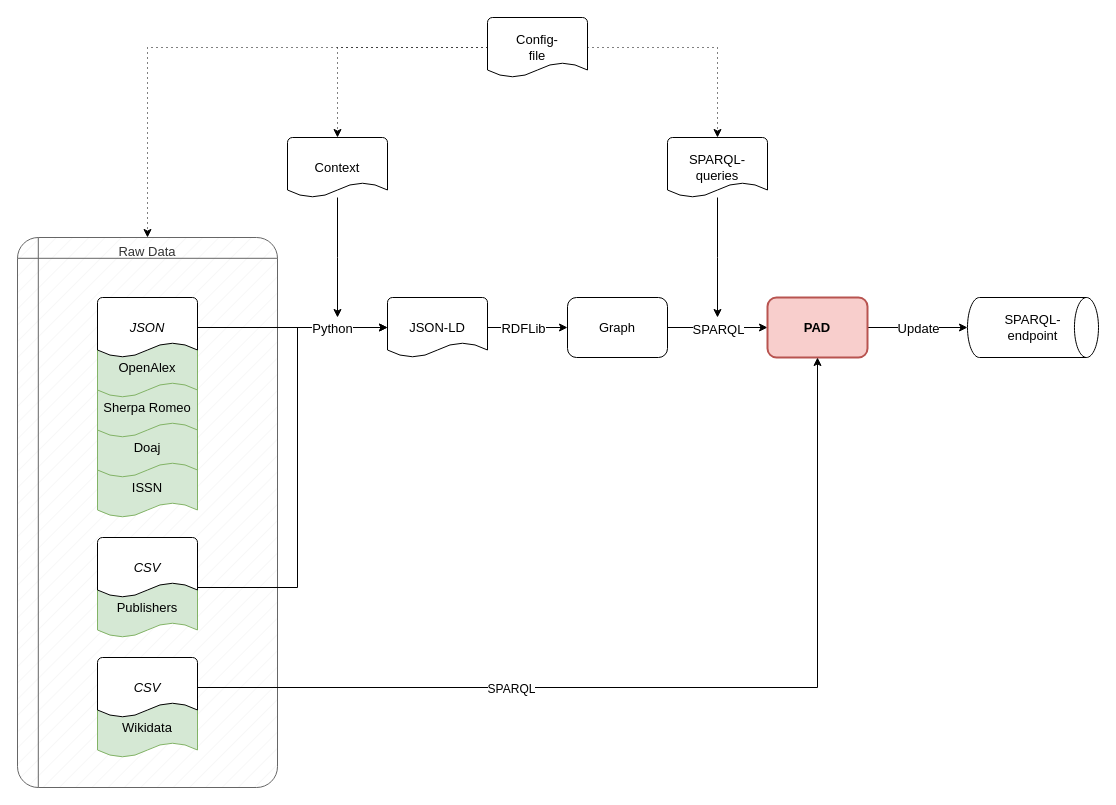
CWTSLeiden/Journal-Observatory-data keeps this draw.io diagram as page "Translation" (2 of 4) of docs/job_prototype.drawio. Above is the earlier version. Source tidied: cells renumbered, new cells numbered last; positions are measured from the earlier drawing's top-left corner, leaving out a move shared by most shapes. Both pictures are drawn from the tidied source at 100%, with x=0, y=0 at pixel (17, 17).
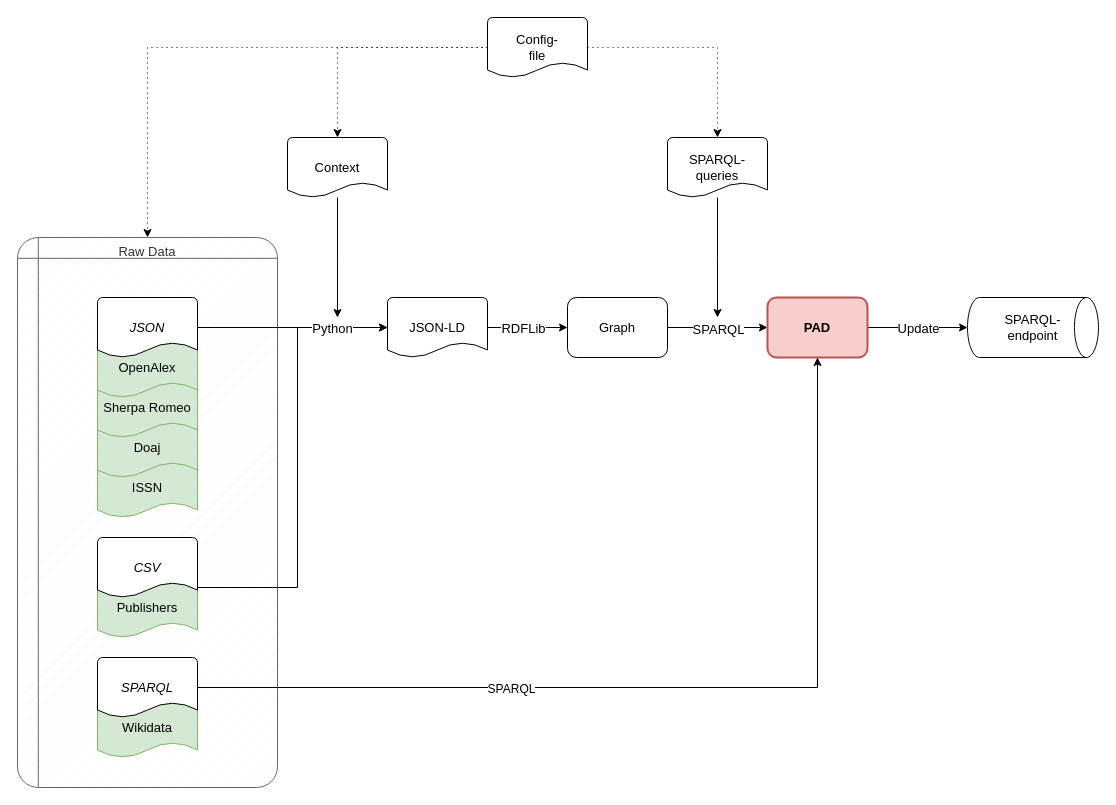
The same page after the edit.

What changed in the source:
```diff
@@
-    <mxCell id="31" value="CSV" style="strokeWidth=1;html=1;shape=mxgraph.flowchart.document2;whiteSpace=wrap;size=0.25;fontFamily=Helvetica;fontSize=13;fontStyle=2;" parent="1" vertex="1">
+    <mxCell id="31" value="SPARQL" style="strokeWidth=1;html=1;shape=mxgraph.flowchart.document2;whiteSpace=wrap;size=0.25;fontFamily=Helvetica;fontSize=13;fontStyle=2;" parent="1" vertex="1">
       <mxGeometry x="80" y="640" width="100" height="60" as="geometry" />
     </mxCell>
```
